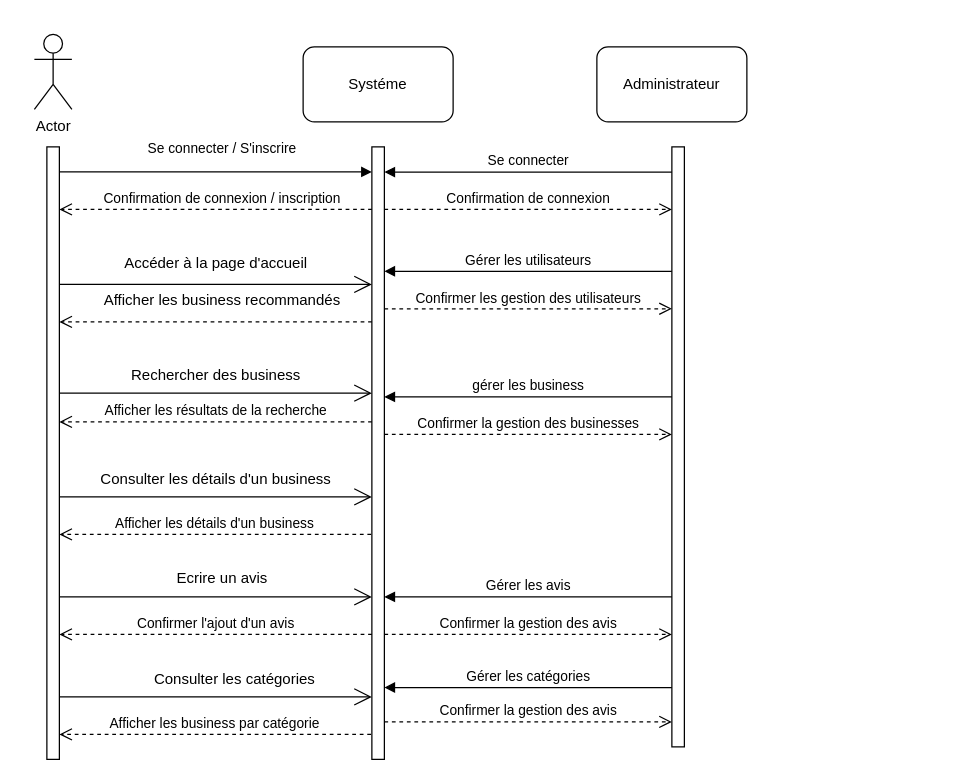
This is Diagramme de séquence.drawio from Rahma3-sys/Searchgi, a draw.io file, before an edit. Source tidied: cells renumbered, new cells numbered last; positions are measured from the earlier drawing's top-left corner, leaving out a move shared by most shapes. Both pictures are drawn from the tidied source at 125%, with x=0, y=0 at pixel (34, 34).
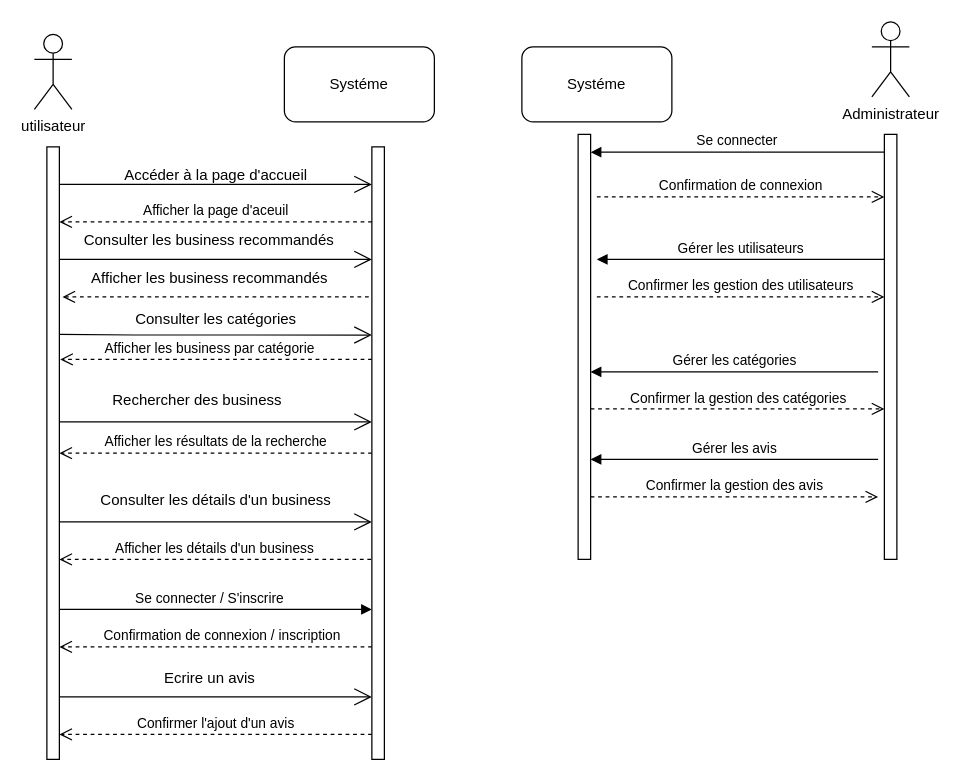
The same page after the edit.

Commit message:
Mettre à jour Diagramme de séquence.drawio

The change refers to these unchanged cells:
```xml
<mxCell id="6" style="html=1;points=[[0,0,0,0,5],[0,1,0,0,-5],[1,0,0,0,5],[1,1,0,0,-5]];perimeter=orthogonalPerimeter;outlineConnect=0;targetShapes=umlLifeline;portConstraint=eastwest;newEdgeStyle={&quot;curved&quot;:0,&quot;rounded&quot;:0};" parent="1" vertex="1">
  <mxGeometry x="10" y="90" width="10" height="490" as="geometry" />
</mxCell>
```

Diff of the diagram source:
```diff
@@
     <mxCell id="2" style="html=1;points=[[0,0,0,0,5],[0,1,0,0,-5],[1,0,0,0,5],[1,1,0,0,-5]];perimeter=orthogonalPerimeter;outlineConnect=0;targetShapes=umlLifeline;portConstraint=eastwest;newEdgeStyle={&quot;curved&quot;:0,&quot;rounded&quot;:0};" parent="1" vertex="1">
-      <mxGeometry x="270" y="90" width="10" height="490" as="geometry" />
+      <mxGeometry x="435" y="80" width="10" height="340" as="geometry" />
     </mxCell>
     <mxCell id="3" style="html=1;points=[[0,0,0,0,5],[0,1,0,0,-5],[1,0,0,0,5],[1,1,0,0,-5]];perimeter=orthogonalPerimeter;outlineConnect=0;targetShapes=umlLifeline;portConstraint=eastwest;newEdgeStyle={&quot;curved&quot;:0,&quot;rounded&quot;:0};" parent="1" vertex="1">
-      <mxGeometry x="510" y="90" width="10" height="480" as="geometry" />
+      <mxGeometry x="680" y="80" width="10" height="340" as="geometry" />
     </mxCell>
@@
-    <mxCell id="5" value="Actor" style="shape=umlActor;verticalLabelPosition=bottom;verticalAlign=top;html=1;" parent="1" vertex="1">
+    <mxCell id="5" value="utilisateur" style="shape=umlActor;verticalLabelPosition=bottom;verticalAlign=top;html=1;" parent="1" vertex="1">
       <mxGeometry width="30" height="60" as="geometry" />
     </mxCell>
@@
     <mxCell id="7" value="Systéme" style="rounded=1;whiteSpace=wrap;html=1;" parent="1" vertex="1">
-      <mxGeometry x="215" y="10" width="120" height="60" as="geometry" />
+      <mxGeometry x="200" y="10" width="120" height="60" as="geometry" />
     </mxCell>
-    <mxCell id="8" value="Administrateur" style="rounded=1;whiteSpace=wrap;html=1;" parent="1" vertex="1">
-      <mxGeometry x="450" y="10" width="120" height="60" as="geometry" />
-    </mxCell>
     <mxCell id="9" value="Se connecter / S'inscrire" style="html=1;verticalAlign=bottom;endArrow=block;curved=0;rounded=0;" parent="1" edge="1">
-      <mxGeometry x="0.04" y="10" relative="1" as="geometry">
-        <mxPoint x="20" y="110" as="sourcePoint" />
-        <mxPoint x="270" y="110" as="targetPoint" />
+      <mxGeometry x="-0.04" relative="1" as="geometry">
+        <mxPoint x="20" y="460" as="sourcePoint" />
+        <mxPoint x="270" y="460" as="targetPoint" />
       </mxGeometry>
     </mxCell>
     <mxCell id="10" value="Confirmation de connexion / inscription" style="html=1;verticalAlign=bottom;endArrow=open;dashed=1;endSize=8;curved=0;rounded=0;" parent="1" edge="1">
       <mxGeometry x="-0.04" relative="1" as="geometry">
-        <mxPoint x="270" y="140" as="sourcePoint" />
-        <mxPoint x="20" y="140" as="targetPoint" />
+        <mxPoint x="270" y="490" as="sourcePoint" />
+        <mxPoint x="20" y="490" as="targetPoint" />
         <Array as="points">
-          <mxPoint x="200" y="140" />
+          <mxPoint x="200" y="490" />
         </Array>
       </mxGeometry>
     </mxCell>
     <mxCell id="11" style="endArrow=open;endFill=1;endSize=12;html=1;rounded=0;" parent="1" edge="1">
       <mxGeometry relative="1" as="geometry">
-        <mxPoint x="20" y="200" as="sourcePoint" />
-        <mxPoint x="270" y="200" as="targetPoint" />
+        <mxPoint x="20" y="120" as="sourcePoint" />
+        <mxPoint x="270" y="120" as="targetPoint" />
         <Array as="points">
-          <mxPoint x="110" y="200" />
+          <mxPoint x="110" y="120" />
         </Array>
       </mxGeometry>
     </mxCell>
     <mxCell id="12" value="Accéder à la page d'accueil&lt;div&gt;&lt;br&gt;&lt;/div&gt;" style="text;html=1;align=center;verticalAlign=middle;strokeColor=none;fillColor=none;" parent="1" vertex="1">
-      <mxGeometry x="60" y="170" width="170" height="40" as="geometry" />
+      <mxGeometry x="60" y="100" width="170" height="40" as="geometry" />
     </mxCell>
     <mxCell id="13" value="&lt;div&gt;&lt;br&gt;&lt;/div&gt;" style="html=1;verticalAlign=bottom;endArrow=open;dashed=1;endSize=8;curved=0;rounded=0;" parent="1" edge="1">
       <mxGeometry relative="1" as="geometry">
-        <mxPoint x="270" y="230" as="sourcePoint" />
-        <mxPoint x="20" y="230" as="targetPoint" />
+        <mxPoint x="267.5" y="210" as="sourcePoint" />
+        <mxPoint x="22.5" y="210" as="targetPoint" />
       </mxGeometry>
     </mxCell>
-    <mxCell id="14" value="Afficher les business recommandés&lt;div&gt;&lt;br style=&quot;font-size: 11px; background-color: rgb(255, 255, 255);&quot;&gt;&lt;/div&gt;" style="text;html=1;align=center;verticalAlign=middle;strokeColor=none;fillColor=none;" parent="1" vertex="1">
-      <mxGeometry x="45" y="200" width="210" height="40" as="geometry" />
+    <mxCell id="14" value="&lt;div&gt;&lt;br style=&quot;font-size: 11px; background-color: rgb(255, 255, 255);&quot;&gt;&lt;/div&gt;" style="text;html=1;align=center;verticalAlign=middle;strokeColor=none;fillColor=none;" parent="1" vertex="1">
+      <mxGeometry x="120" y="215" width="20" height="30" as="geometry" />
     </mxCell>
     <mxCell id="15" style="endArrow=open;endFill=1;endSize=12;html=1;rounded=0;" parent="1" edge="1">
       <mxGeometry relative="1" as="geometry">
-        <mxPoint x="20" y="287" as="sourcePoint" />
-        <mxPoint x="270" y="287" as="targetPoint" />
+        <mxPoint x="20" y="310" as="sourcePoint" />
+        <mxPoint x="270" y="310" as="targetPoint" />
       </mxGeometry>
     </mxCell>
     <mxCell id="16" value="Afficher les résultats de la recherche" style="html=1;verticalAlign=bottom;endArrow=open;dashed=1;endSize=8;curved=0;rounded=0;" parent="1" edge="1">
       <mxGeometry relative="1" as="geometry">
-        <mxPoint x="270" y="310" as="sourcePoint" />
-        <mxPoint x="20" y="310" as="targetPoint" />
+        <mxPoint x="270" y="335" as="sourcePoint" />
+        <mxPoint x="20" y="335" as="targetPoint" />
       </mxGeometry>
     </mxCell>
     <mxCell id="17" value="Rechercher des business&lt;div&gt;&lt;br&gt;&lt;/div&gt;" style="text;html=1;align=center;verticalAlign=middle;strokeColor=none;fillColor=none;" parent="1" vertex="1">
-      <mxGeometry x="65" y="260" width="160" height="40" as="geometry" />
+      <mxGeometry x="50" y="280" width="160" height="40" as="geometry" />
     </mxCell>
     <mxCell id="18" style="endArrow=open;endFill=1;endSize=12;html=1;rounded=0;" parent="1" edge="1">
       <mxGeometry relative="1" as="geometry">
-        <mxPoint x="20" y="370" as="sourcePoint" />
-        <mxPoint x="270" y="370" as="targetPoint" />
+        <mxPoint x="20" y="390" as="sourcePoint" />
+        <mxPoint x="270" y="390" as="targetPoint" />
       </mxGeometry>
     </mxCell>
     <mxCell id="19" value="Consulter les détails d'un business&lt;div&gt;&lt;br&gt;&lt;/div&gt;" style="text;html=1;align=center;verticalAlign=middle;strokeColor=none;fillColor=none;" parent="1" vertex="1">
-      <mxGeometry x="40" y="343" width="210" height="40" as="geometry" />
+      <mxGeometry x="40" y="360" width="210" height="40" as="geometry" />
     </mxCell>
-    <mxCell id="20" value="Afficher les détails d'un business" style="html=1;verticalAlign=bottom;endArrow=open;dashed=1;endSize=8;curved=0;rounded=0;" parent="1" edge="1" target="6">
+    <mxCell id="20" value="Afficher les détails d'un business" style="html=1;verticalAlign=bottom;endArrow=open;dashed=1;endSize=8;curved=0;rounded=0;" parent="1" edge="1">
       <mxGeometry relative="1" as="geometry">
-        <mxPoint x="269.4" y="400" as="sourcePoint" />
+        <mxPoint x="269.4" y="420" as="sourcePoint" />
+        <mxPoint x="20" y="420" as="targetPoint" />
       </mxGeometry>
     </mxCell>
     <mxCell id="21" style="endArrow=open;endFill=1;endSize=12;html=1;rounded=0;" parent="1" edge="1">
       <mxGeometry relative="1" as="geometry">
-        <mxPoint x="20" y="450" as="sourcePoint" />
-        <mxPoint x="270" y="450" as="targetPoint" />
+        <mxPoint x="20" y="530" as="sourcePoint" />
+        <mxPoint x="270" y="530" as="targetPoint" />
         <Array as="points">
-          <mxPoint x="80" y="450" />
-          <mxPoint x="130" y="450" />
+          <mxPoint x="80" y="530" />
+          <mxPoint x="130" y="530" />
         </Array>
       </mxGeometry>
     </mxCell>
     <mxCell id="22" value="Ecrire un avis" style="text;html=1;align=center;verticalAlign=middle;strokeColor=none;fillColor=none;" parent="1" vertex="1">
-      <mxGeometry x="100" y="420" width="100" height="30" as="geometry" />
+      <mxGeometry x="90" y="500" width="100" height="30" as="geometry" />
     </mxCell>
-    <mxCell id="23" value="Confirmer l'ajout d'un avis" style="html=1;verticalAlign=bottom;endArrow=open;dashed=1;endSize=8;curved=0;rounded=0;" parent="1" edge="1" target="6">
+    <mxCell id="23" value="Confirmer l'ajout d'un avis" style="html=1;verticalAlign=bottom;endArrow=open;dashed=1;endSize=8;curved=0;rounded=0;" parent="1" edge="1">
       <mxGeometry relative="1" as="geometry">
-        <mxPoint x="270" y="480" as="sourcePoint" />
+        <mxPoint x="270" y="560" as="sourcePoint" />
+        <mxPoint x="20" y="560" as="targetPoint" />
       </mxGeometry>
     </mxCell>
     <mxCell id="24" style="endArrow=open;endFill=1;endSize=12;html=1;rounded=0;" parent="1" edge="1">
       <mxGeometry relative="1" as="geometry">
-        <mxPoint x="20" y="530" as="sourcePoint" />
-        <mxPoint x="270" y="530" as="targetPoint" />
+        <mxPoint x="80" y="240.5" as="sourcePoint" />
+        <mxPoint x="270" y="240.5" as="targetPoint" />
         <Array as="points">
-          <mxPoint x="130" y="530" />
+          <mxPoint x="20" y="240" />
+          <mxPoint x="80" y="240.5" />
         </Array>
       </mxGeometry>
     </mxCell>
-    <mxCell id="25" value="Afficher les business par catégorie" style="html=1;verticalAlign=bottom;endArrow=open;dashed=1;endSize=8;curved=0;rounded=0;" parent="1" edge="1" target="6">
-      <mxGeometry relative="1" as="geometry">
-        <mxPoint x="269.3" y="560" as="sourcePoint" />
+    <mxCell id="25" value="Afficher les business par catégorie" style="html=1;verticalAlign=bottom;endArrow=open;dashed=1;endSize=8;curved=0;rounded=0;" parent="1" edge="1">
+      <mxGeometry x="0.04" relative="1" as="geometry">
+        <mxPoint x="270" y="260" as="sourcePoint" />
+        <mxPoint x="20.7" y="260" as="targetPoint" />
       </mxGeometry>
     </mxCell>
-    <mxCell id="26" value="Consulter les catégories&lt;div&gt;&lt;br&gt;&lt;/div&gt;" style="text;html=1;align=center;verticalAlign=middle;strokeColor=none;fillColor=none;" parent="1" vertex="1">
-      <mxGeometry x="85" y="503" width="150" height="40" as="geometry" />
-    </mxCell>
@@
     <mxCell id="28" value="Confirmation de connexion" style="html=1;verticalAlign=bottom;endArrow=open;dashed=1;endSize=8;curved=0;rounded=0;" parent="1" edge="1">
       <mxGeometry relative="1" as="geometry">
-        <mxPoint x="280" y="140" as="sourcePoint" />
-        <mxPoint x="510" y="140" as="targetPoint" />
+        <mxPoint x="450" y="130" as="sourcePoint" />
+        <mxPoint x="680" y="130" as="targetPoint" />
       </mxGeometry>
     </mxCell>
-    <mxCell id="29" value="gérer les business" style="html=1;verticalAlign=bottom;endArrow=block;curved=0;rounded=0;" parent="1" edge="1">
-      <mxGeometry relative="1" as="geometry">
-        <mxPoint x="510" y="290" as="sourcePoint" />
-        <mxPoint x="280" y="290" as="targetPoint" />
-      </mxGeometry>
-    </mxCell>
     <mxCell id="30" value="Gérer les avis" style="html=1;verticalAlign=bottom;endArrow=block;curved=0;rounded=0;" parent="1" edge="1">
       <mxGeometry relative="1" as="geometry">
-        <mxPoint x="510" y="450" as="sourcePoint" />
-        <mxPoint x="280" y="450" as="targetPoint" />
+        <mxPoint x="675" y="340" as="sourcePoint" />
+        <mxPoint x="445" y="340" as="targetPoint" />
       </mxGeometry>
     </mxCell>
     <mxCell id="31" value="Gérer les catégories" style="html=1;verticalAlign=bottom;endArrow=block;curved=0;rounded=0;" parent="1" edge="1">
       <mxGeometry relative="1" as="geometry">
-        <mxPoint x="510" y="522.5" as="sourcePoint" />
-        <mxPoint x="280" y="522.5" as="targetPoint" />
+        <mxPoint x="675" y="270" as="sourcePoint" />
+        <mxPoint x="445" y="270" as="targetPoint" />
       </mxGeometry>
     </mxCell>
     <mxCell id="32" value="Gérer les utilisateurs" style="html=1;verticalAlign=bottom;endArrow=block;curved=0;rounded=0;" parent="1" edge="1">
       <mxGeometry relative="1" as="geometry">
-        <mxPoint x="510" y="189.5" as="sourcePoint" />
-        <mxPoint x="280" y="189.5" as="targetPoint" />
+        <mxPoint x="680" y="180" as="sourcePoint" />
+        <mxPoint x="450" y="180" as="targetPoint" />
       </mxGeometry>
     </mxCell>
     <mxCell id="33" value="Confirmer la gestion des avis" style="html=1;verticalAlign=bottom;endArrow=open;dashed=1;endSize=8;curved=0;rounded=0;" parent="1" edge="1">
       <mxGeometry relative="1" as="geometry">
-        <mxPoint x="280" y="480" as="sourcePoint" />
-        <mxPoint x="510" y="480" as="targetPoint" />
+        <mxPoint x="445" y="370" as="sourcePoint" />
+        <mxPoint x="675" y="370" as="targetPoint" />
       </mxGeometry>
     </mxCell>
-    <mxCell id="34" value="Confirmer la gestion des avis" style="html=1;verticalAlign=bottom;endArrow=open;dashed=1;endSize=8;curved=0;rounded=0;exitX=1;exitY=1;exitDx=0;exitDy=-5;" parent="1" edge="1">
+    <mxCell id="34" value="Confirmer la gestion des catégories" style="html=1;verticalAlign=bottom;endArrow=open;dashed=1;endSize=8;curved=0;rounded=0;exitX=1;exitY=1;exitDx=0;exitDy=-5;" parent="1" edge="1" target="3">
       <mxGeometry relative="1" as="geometry">
-        <mxPoint x="280" y="550" as="sourcePoint" />
-        <mxPoint x="510" y="550" as="targetPoint" />
+        <mxPoint x="445" y="299.6" as="sourcePoint" />
       </mxGeometry>
     </mxCell>
     <mxCell id="35" value="Confirmer les gestion des utilisateurs" style="html=1;verticalAlign=bottom;endArrow=open;dashed=1;endSize=8;curved=0;rounded=0;" parent="1" edge="1">
       <mxGeometry relative="1" as="geometry">
-        <mxPoint x="280" y="219.5" as="sourcePoint" />
-        <mxPoint x="510" y="219.5" as="targetPoint" />
+        <mxPoint x="450" y="210" as="sourcePoint" />
+        <mxPoint x="680" y="210" as="targetPoint" />
       </mxGeometry>
     </mxCell>
-    <mxCell id="36" value="Confirmer la gestion des businesses" style="html=1;verticalAlign=bottom;endArrow=open;dashed=1;endSize=8;curved=0;rounded=0;exitX=1;exitY=1;exitDx=0;exitDy=-5;" parent="1" edge="1">
-      <mxGeometry relative="1" as="geometry">
-        <mxPoint x="280" y="320" as="sourcePoint" />
-        <mxPoint x="510" y="320" as="targetPoint" />
-      </mxGeometry>
-    </mxCell>
+    <mxCell id="37" style="html=1;perimeter=orthogonalPerimeter;targetShapes=umlLifeline;newEdgeStyle={&quot;curved&quot;:0,&quot;rounded&quot;:0};" parent="1" vertex="1">
+      <mxGeometry x="270" y="90" width="10" height="490" as="geometry" />
+    </mxCell>
+    <mxCell id="38" value="Systéme" style="rounded=1;whiteSpace=wrap;html=1;" parent="1" vertex="1">
+      <mxGeometry x="390" y="10" width="120" height="60" as="geometry" />
+    </mxCell>
+    <mxCell id="39" style="endArrow=open;endFill=1;endSize=12;html=1;rounded=0;" parent="1" edge="1">
+      <mxGeometry relative="1" as="geometry">
+        <mxPoint x="20" y="180" as="sourcePoint" />
+        <mxPoint x="270" y="180" as="targetPoint" />
+      </mxGeometry>
+    </mxCell>
+    <mxCell id="40" value="Afficher la page d'aceuil" style="html=1;verticalAlign=bottom;endArrow=open;dashed=1;endSize=8;curved=0;rounded=0;" parent="1" edge="1">
+      <mxGeometry relative="1" as="geometry">
+        <mxPoint x="270" y="150" as="sourcePoint" />
+        <mxPoint x="20" y="150" as="targetPoint" />
+      </mxGeometry>
+    </mxCell>
+    <mxCell id="26" value="Consulter les catégories&lt;div&gt;&lt;br&gt;&lt;/div&gt;" style="text;html=1;align=center;verticalAlign=middle;strokeColor=none;fillColor=none;" parent="1" vertex="1">
+      <mxGeometry x="70" y="215" width="150" height="40" as="geometry" />
+    </mxCell>
+    <mxCell id="8" value="&lt;span style=&quot;text-wrap-mode: wrap;&quot;&gt;Administrateur&lt;/span&gt;" style="shape=umlActor;verticalLabelPosition=bottom;verticalAlign=top;html=1;" parent="1" vertex="1">
+      <mxGeometry x="670" y="-10" width="30" height="60" as="geometry" />
+    </mxCell>
+    <mxCell id="41" value="Afficher les business recommandés" style="text;html=1;align=center;verticalAlign=middle;whiteSpace=wrap;rounded=0;" parent="1" vertex="1">
+      <mxGeometry x="37.5" y="180" width="205" height="30" as="geometry" />
+    </mxCell>
+    <mxCell id="42" value="Consulter les business recommandés" style="text;html=1;align=center;verticalAlign=middle;whiteSpace=wrap;rounded=0;" parent="1" vertex="1">
+      <mxGeometry x="30" y="150" width="220" height="30" as="geometry" />
+    </mxCell>
```
